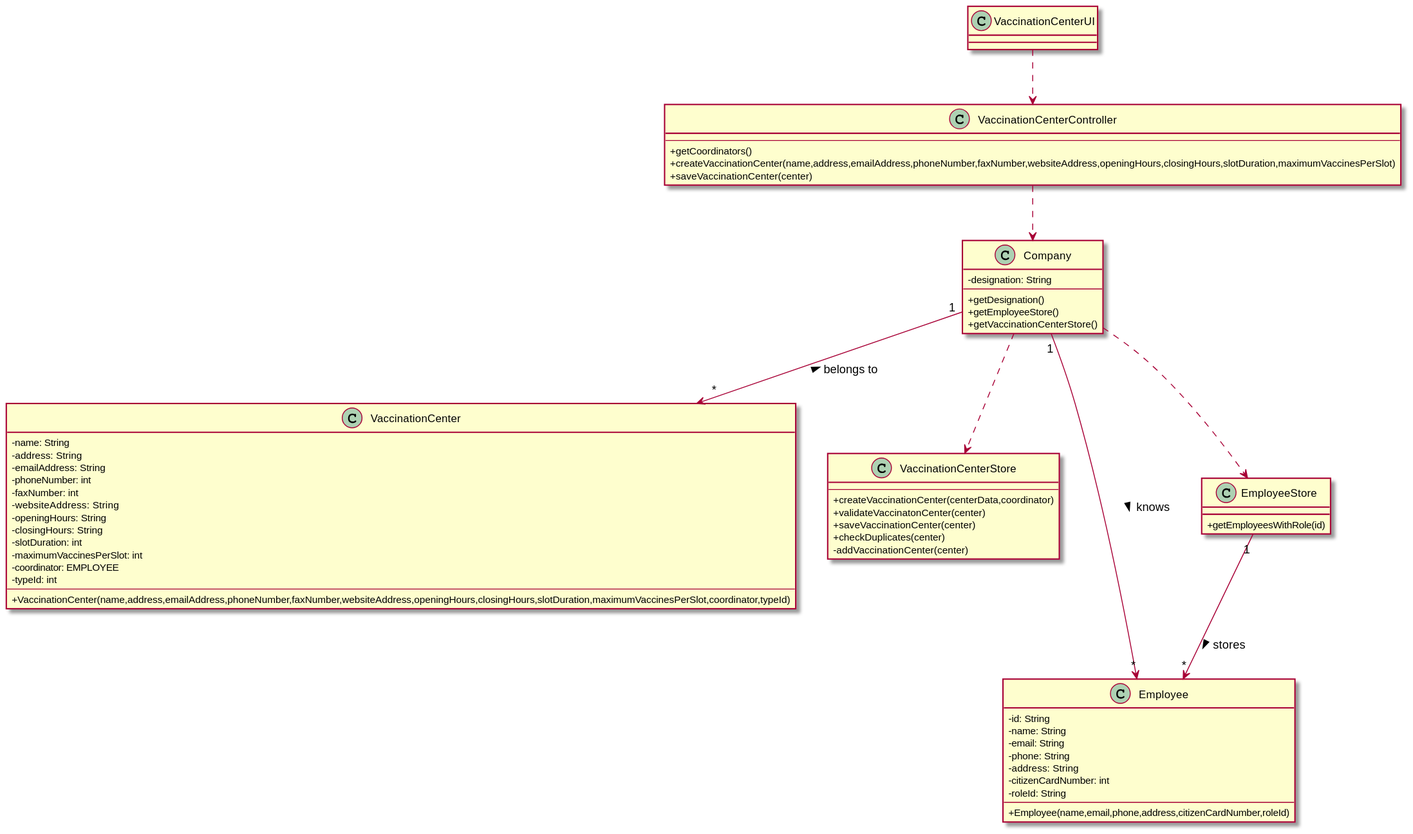
This is docs/SprintB/US09/CD/US09_CD.svg from miseEnPlace-i/lapr2, a PlantUML export, as it was before one commit.
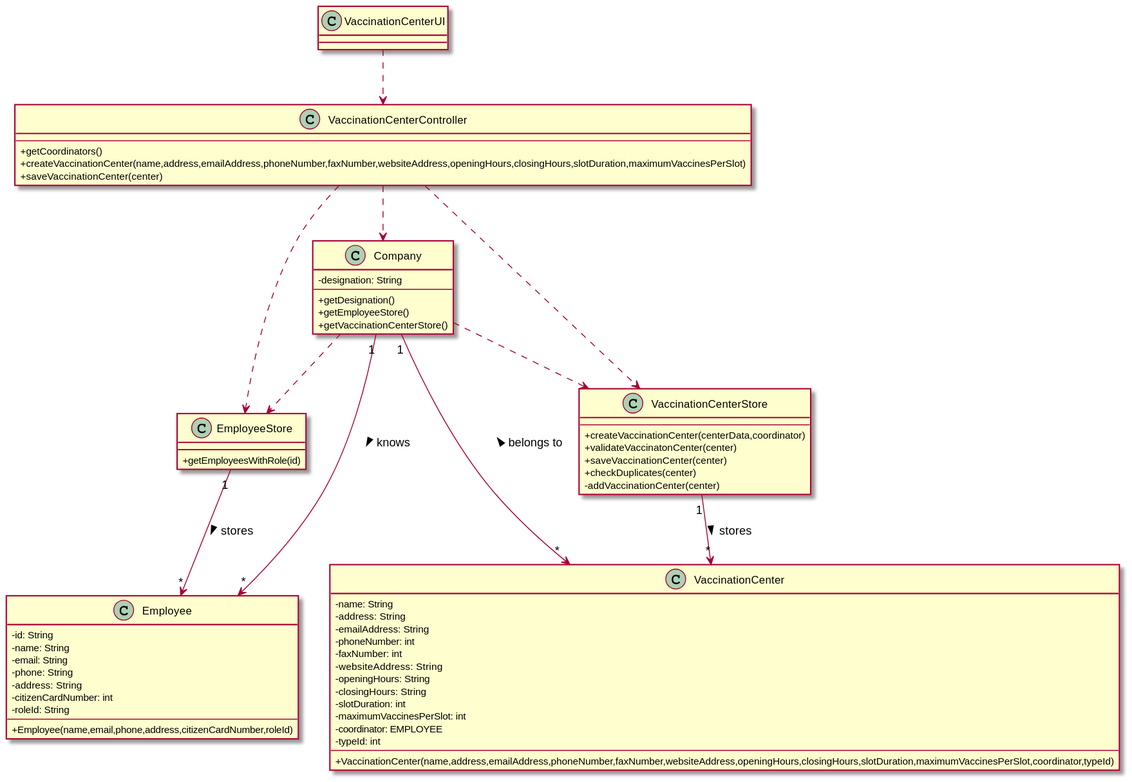
The same file after the commit.

Change to the diagram source:
```diff
@@ -68,5 +68,8 @@
 Company ..> EmployeeStore
 EmployeeStore "1" --> "*" Employee : stores >
 Company "1" --> "*" Employee : knows >
+VaccinationCenterController ..> VaccinationCenterStore
+VaccinationCenterController ..> EmployeeStore
+VaccinationCenterStore "1" --> "*" VaccinationCenter : stores >
 
 @enduml
```
